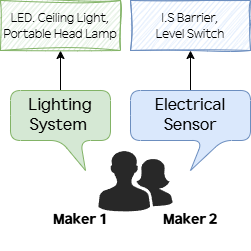
The draw.io diagram workflow/1024.png in HD-Jinyeong/my_flask_app, before a commit. Source tidied: cells renumbered, new cells last; positions are measured from the earlier drawing's top-left corner, leaving out a move shared by most shapes.
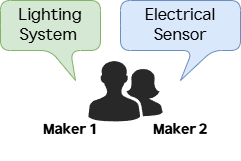
The same diagram one commit later.

Change to the diagram source:
```diff
@@ -11,23 +11,11 @@
     <mxCell id="4" style="verticalLabelPosition=bottom;sketch=0;html=1;fillColor=#282828;strokeColor=none;verticalAlign=top;align=center;shape=mxgraph.cisco_safe.people_places_things_icons.icon2;" parent="1" vertex="1">
       <mxGeometry x="97.8" y="150" width="74.4" height="61" as="geometry" />
     </mxCell>
-    <mxCell id="5" style="edgeStyle=orthogonalEdgeStyle;rounded=0;jettySize=auto;html=1;" parent="1" edge="1" source="6" target="9">
-      <mxGeometry relative="1" as="geometry" />
-    </mxCell>
     <mxCell id="6" value="&lt;font face=&quot;HD현대체 Medium&quot;&gt;&lt;span style=&quot;font-size: 16px;&quot;&gt;Electrical Sensor&lt;/span&gt;&lt;/font&gt;" style="shape=callout;whiteSpace=wrap;html=1;perimeter=calloutPerimeter;rounded=1;size=30;position=0.6;fillColor=#dae8fc;strokeColor=#6c8ebf;" parent="1" vertex="1">
       <mxGeometry x="130" y="90" width="120" height="80" as="geometry" />
     </mxCell>
-    <mxCell id="7" style="edgeStyle=orthogonalEdgeStyle;rounded=0;jettySize=auto;html=1;" parent="1" edge="1" source="8" target="10">
-      <mxGeometry relative="1" as="geometry" />
-    </mxCell>
     <mxCell id="8" value="&lt;font face=&quot;HD현대체 Medium&quot; style=&quot;font-size: 16px;&quot;&gt;Lighting System&amp;nbsp;&lt;/font&gt;" style="shape=callout;whiteSpace=wrap;html=1;perimeter=calloutPerimeter;rounded=1;direction=east;position2=0.75;fillColor=#d5e8d4;strokeColor=#82b366;" parent="1" vertex="1">
       <mxGeometry x="10" y="90" width="100" height="80" as="geometry" />
     </mxCell>
-    <mxCell id="9" value="&lt;font face=&quot;HD현대체 Light&quot;&gt;I.S Barrier,&lt;/font&gt;&lt;div&gt;&lt;font face=&quot;HD현대체 Light&quot;&gt;Level Switch&lt;/font&gt;&lt;/div&gt;" style="rounded=0;whiteSpace=wrap;html=1;sketch=1;curveFitting=1;jiggle=2;fillColor=#dae8fc;strokeColor=#6c8ebf;" parent="1" vertex="1">
-      <mxGeometry x="130" width="120" height="50" as="geometry" />
-    </mxCell>
-    <mxCell id="10" value="&lt;font face=&quot;HD현대체 Light&quot;&gt;LED. Ceiling Light,&lt;/font&gt;&lt;div&gt;&lt;font face=&quot;HD현대체 Light&quot;&gt;Portable Head Lamp&lt;/font&gt;&lt;/div&gt;" style="whiteSpace=wrap;html=1;rounded=0;fillColor=#d5e8d4;strokeColor=#82b366;sketch=1;curveFitting=1;jiggle=2;" parent="1" vertex="1">
-      <mxGeometry width="120" height="50" as="geometry" />
-    </mxCell>
   </root>
 </mxGraphModel>
```
